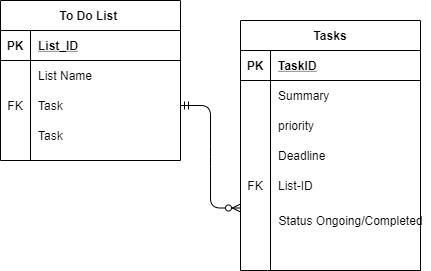
Above: Project Docs/Before ERD.png in awatahirqa/TDL-Project (draw.io), before the change. Source tidied: cells renumbered, new cells last; positions are measured from the earlier drawing's top-left corner, leaving out a move shared by most shapes.
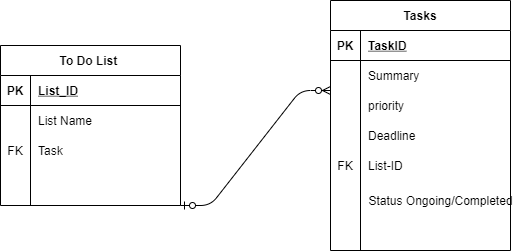
Above is the later version.

Diff of the diagram source:
```diff
@@ -3,7 +3,7 @@
     <mxCell id="0" />
     <mxCell id="1" parent="0" />
     <mxCell id="2" value="To Do List " style="shape=table;startSize=30;rowLines=0;fontStyle=1;align=center;" parent="1" vertex="1">
-      <mxGeometry width="180" height="160" as="geometry" />
+      <mxGeometry x="-90" y="65" width="180" height="160" as="geometry" />
     </mxCell>
     <mxCell id="3" style="shape=partialRectangle;fillColor=none;top=0;left=0;bottom=1;right=0;" parent="2" vertex="1">
       <mxGeometry y="30" width="180" height="30" as="geometry" />
@@ -38,7 +38,7 @@
     <mxCell id="13" style="shape=partialRectangle;fillColor=none;top=0;left=0;bottom=0;right=0;overflow=hidden;" parent="12" vertex="1">
       <mxGeometry width="30" height="30" as="geometry" />
     </mxCell>
-    <mxCell id="14" value="Task" style="shape=partialRectangle;fillColor=none;top=0;left=0;bottom=0;right=0;align=left;spacingLeft=6;overflow=hidden;" parent="12" vertex="1">
+    <mxCell id="14" style="shape=partialRectangle;fillColor=none;top=0;left=0;bottom=0;right=0;align=left;spacingLeft=6;overflow=hidden;" parent="12" vertex="1">
       <mxGeometry x="30" width="150" height="30" as="geometry" />
     </mxCell>
     <mxCell id="15" value="Tasks" style="shape=table;startSize=30;rowLines=0;fontStyle=1;align=center;" parent="1" vertex="1">
@@ -89,11 +89,13 @@
     <mxCell id="30" value="List-ID" style="shape=partialRectangle;fillColor=none;top=0;left=0;bottom=0;right=0;align=left;spacingLeft=6;overflow=hidden;" parent="28" vertex="1">
       <mxGeometry x="30" width="150" height="30" as="geometry" />
     </mxCell>
-    <mxCell id="31" style="edgeStyle=entityRelationEdgeStyle;fontSize=12;html=1;endArrow=ERzeroToMany;startArrow=ERmandOne;entryX=0;entryY=0.75;entryDx=0;entryDy=0;exitX=1;exitY=0.5;exitDx=0;exitDy=0;" parent="1" edge="1" source="9" target="15">
-      <mxGeometry relative="1" as="geometry" />
-    </mxCell>
     <mxCell id="32" value="&lt;font style=&quot;font-size: 12px&quot;&gt;Status Ongoing/Completed&lt;/font&gt;" style="text;html=1;align=center;verticalAlign=middle;" parent="1" vertex="1">
       <mxGeometry x="270" y="210" width="160" height="20" as="geometry" />
     </mxCell>
+    <mxCell id="33" style="edgeStyle=entityRelationEdgeStyle;fontSize=12;html=1;endArrow=ERzeroToMany;startArrow=ERzeroToOne;exitX=1;exitY=1;exitDx=0;exitDy=0;" parent="1" edge="1" source="2">
+      <mxGeometry relative="1" as="geometry">
+        <mxPoint x="240" y="110" as="targetPoint" />
+      </mxGeometry>
+    </mxCell>
   </root>
 </mxGraphModel>
```
